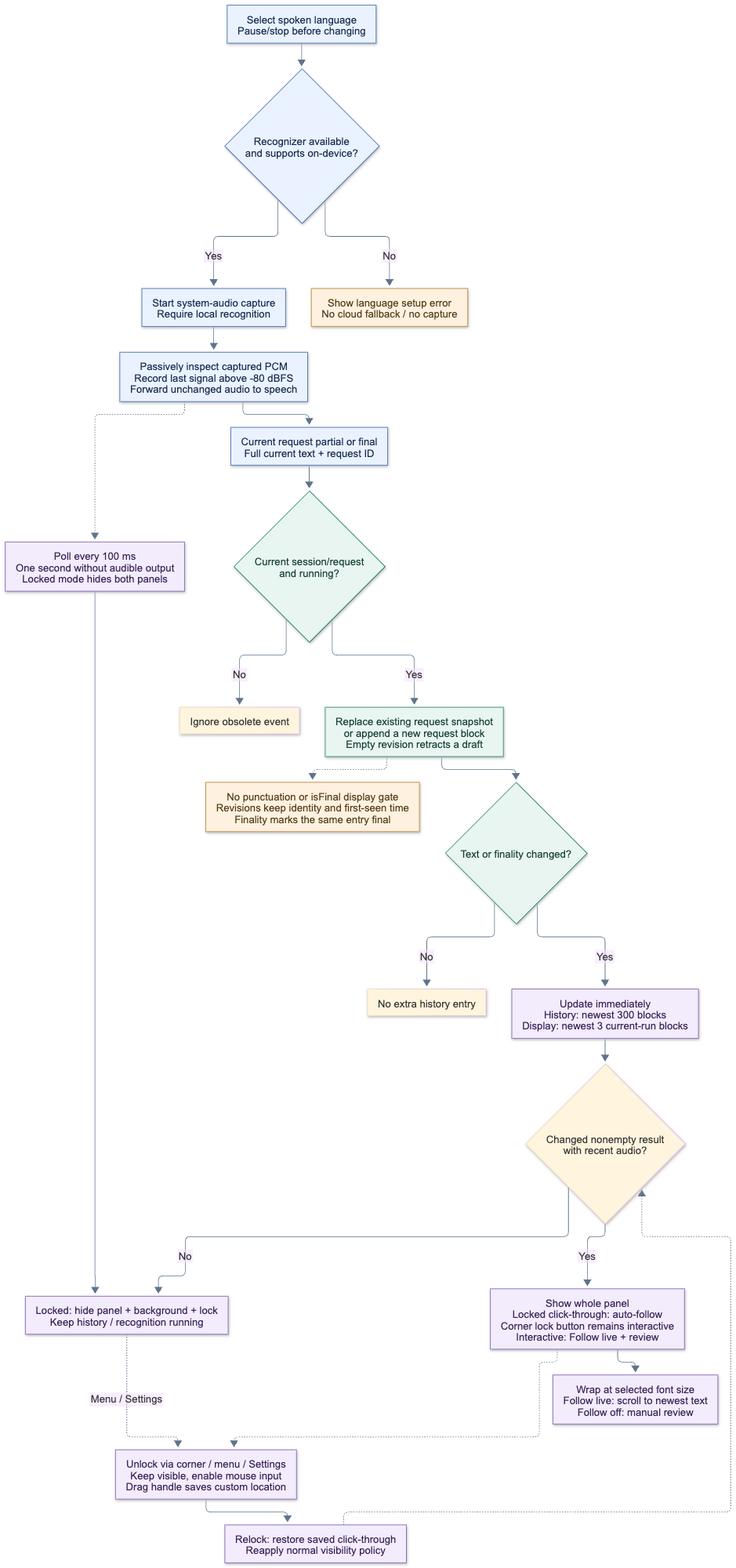
Before: docs/diagrams/caption-policy.png, a diagram exported from Mermaid (mattt-s/ImmersionCaption). Its source is kept beside it as docs/diagrams/caption-policy.mmd.
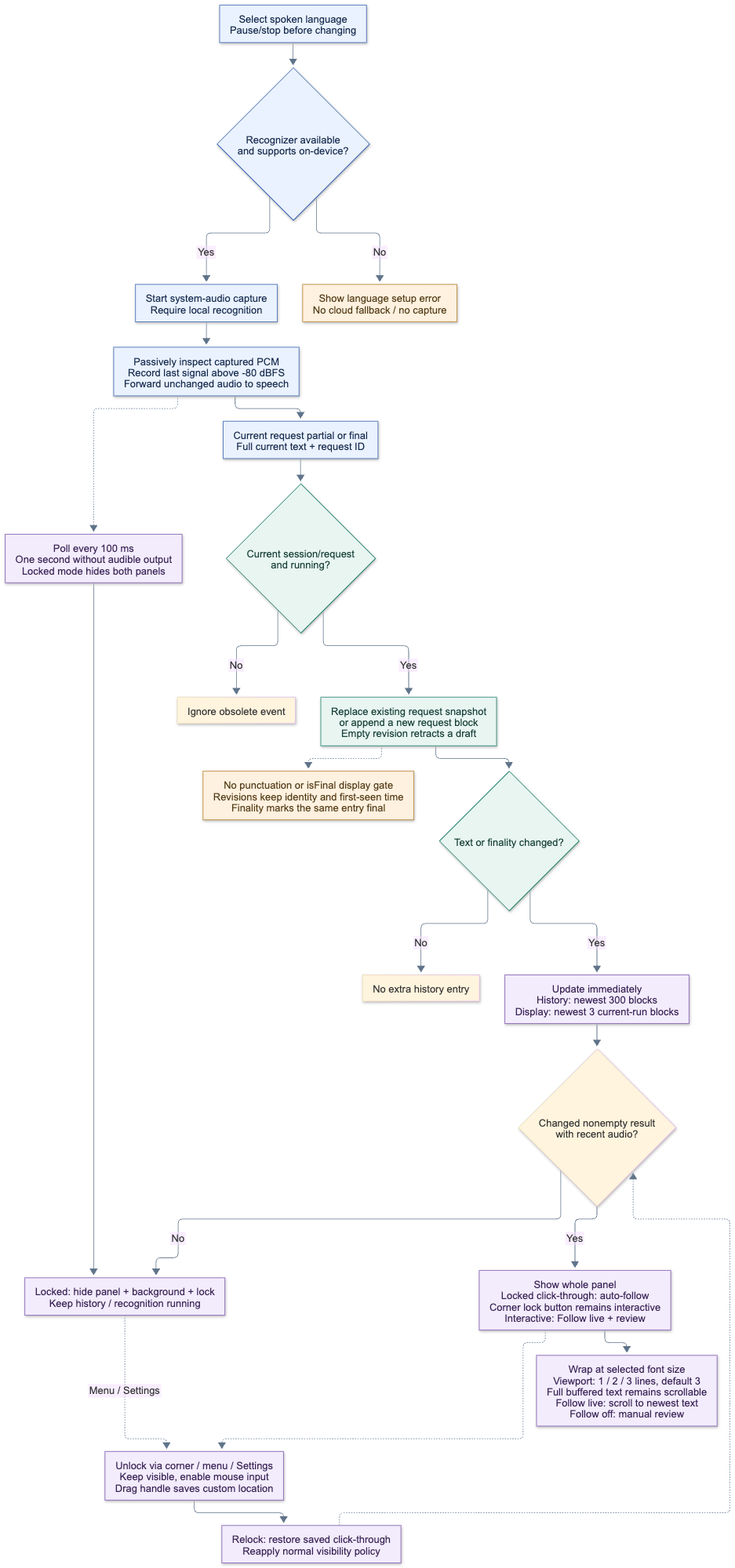
Above is the later version.

Diff of the diagram source:
```diff
@@ -12,7 +12,7 @@
     Changed{"Text or finality changed?"}
     Duplicate["No extra history entry"]
     Publish["Update immediately<br/>History: newest 300 blocks<br/>Display: newest 3 current-run blocks"]
-    Scroll["Wrap at selected font size<br/>Follow live: scroll to newest text<br/>Follow off: manual review"]
+    Scroll["Wrap at selected font size<br/>Viewport: 1 / 2 / 3 lines, default 3<br/>Full buffered text remains scrollable<br/>Follow live: scroll to newest text<br/>Follow off: manual review"]
     Signal["Passively inspect captured PCM<br/>Record last signal above -80 dBFS<br/>Forward unchanged audio to speech"]
     Quiet["Poll every 100 ms<br/>One second without audible output<br/>Locked mode hides both panels"]
     Hide["Locked: hide panel + background + lock<br/>Keep history / recognition running"]
```
